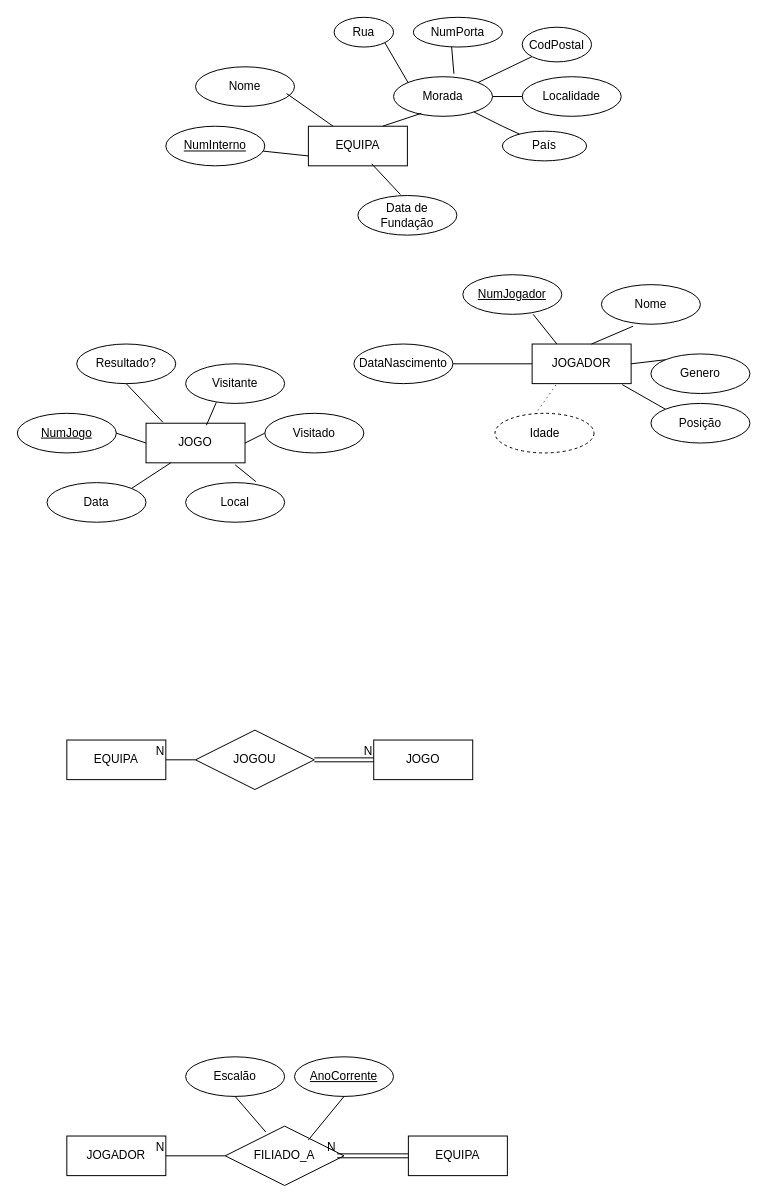
Above: Diagrama sem nome.drawio in inescampos25/diagramaescolar (draw.io), before the change. Source tidied: cells renumbered, new cells numbered last; positions are measured from the earlier drawing's top-left corner, leaving out a move shared by most shapes. Both pictures are drawn from the tidied source at 99%, with x=0, y=0 at pixel (17, 17).
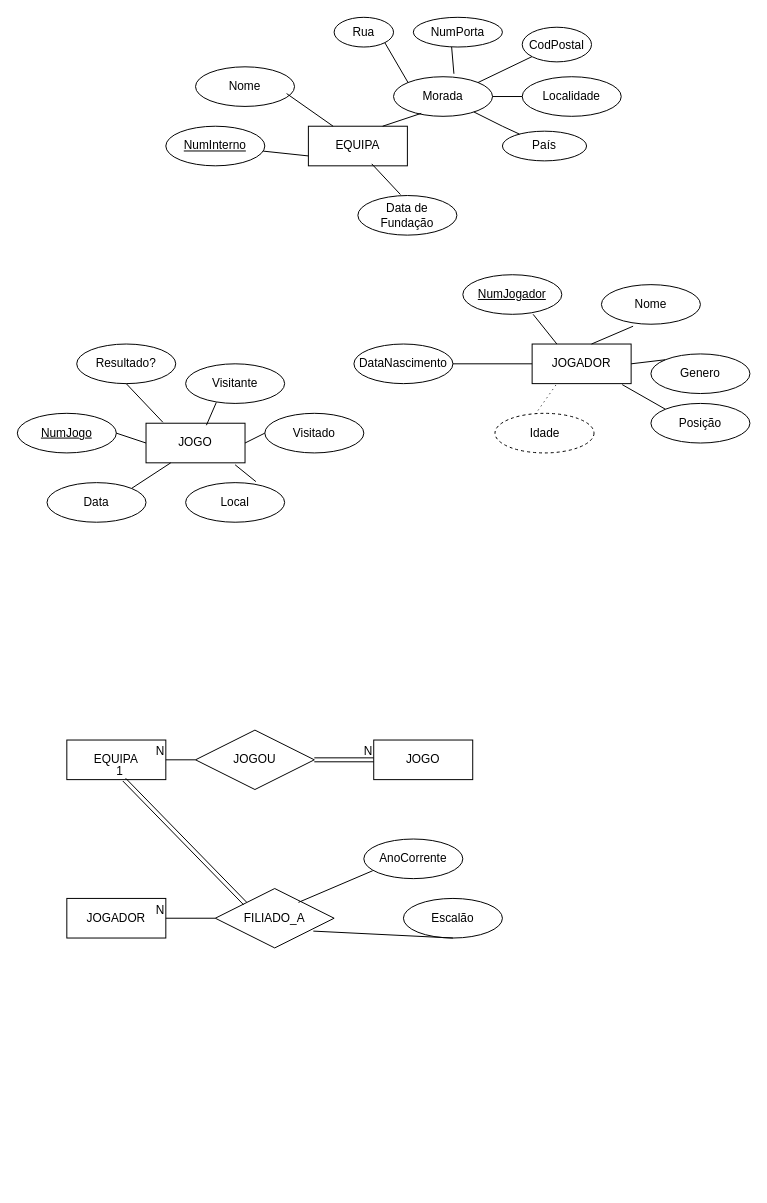
The same page after the edit.

The change refers to these unchanged cells:
```xml
<mxCell id="49" value="EQUIPA" style="whiteSpace=wrap;html=1;align=center;" parent="1" vertex="1">
  <mxGeometry x="50" y="730" width="100" height="40" as="geometry" />
</mxCell>
```

Diff of the diagram source:
```diff
@@
     <mxCell id="51" value="FILIADO_A" style="shape=rhombus;perimeter=rhombusPerimeter;whiteSpace=wrap;html=1;align=center;" parent="1" vertex="1">
-      <mxGeometry x="210" y="1120" width="120" height="60" as="geometry" />
+      <mxGeometry x="200" y="880" width="120" height="60" as="geometry" />
     </mxCell>
     <mxCell id="52" value="JOGADOR" style="whiteSpace=wrap;html=1;align=center;" parent="1" vertex="1">
-      <mxGeometry x="50" y="1130" width="100" height="40" as="geometry" />
+      <mxGeometry x="50" y="890" width="100" height="40" as="geometry" />
     </mxCell>
-    <mxCell id="53" value="EQUIPA" style="whiteSpace=wrap;html=1;align=center;" parent="1" vertex="1">
-      <mxGeometry x="395" y="1130" width="100" height="40" as="geometry" />
-    </mxCell>
-    <mxCell id="54" style="shape=link;html=1;rounded=0;entryX=0.942;entryY=0.5;entryDx=0;entryDy=0;exitX=0;exitY=0.5;exitDx=0;exitDy=0;entryPerimeter=0;" parent="1" edge="1" source="53" target="51">
-      <mxGeometry relative="1" as="geometry" />
-    </mxCell>
-    <mxCell id="55" value="N" style="html=1;whiteSpace=wrap;align=right;verticalAlign=bottom;" parent="54" vertex="1">
-      <mxGeometry x="1" relative="1" as="geometry" />
-    </mxCell>
     <mxCell id="56" value="Escalão" style="ellipse;whiteSpace=wrap;html=1;align=center;" parent="1" vertex="1">
-      <mxGeometry x="170" y="1050" width="100" height="40" as="geometry" />
+      <mxGeometry x="390" y="890" width="100" height="40" as="geometry" />
     </mxCell>
-    <mxCell id="57" style="endArrow=none;html=1;rounded=0;exitX=0.5;exitY=1;exitDx=0;exitDy=0;entryX=0.342;entryY=0.1;entryDx=0;entryDy=0;entryPerimeter=0;" parent="1" edge="1" source="56" target="51">
+    <mxCell id="57" style="endArrow=none;html=1;rounded=0;exitX=0.5;exitY=1;exitDx=0;exitDy=0;entryX=0.825;entryY=0.717;entryDx=0;entryDy=0;entryPerimeter=0;" parent="1" edge="1" source="56" target="51">
       <mxGeometry relative="1" as="geometry" />
     </mxCell>
-    <mxCell id="58" value="AnoCorrente" style="ellipse;whiteSpace=wrap;html=1;align=center;fontStyle=4;" parent="1" vertex="1">
-      <mxGeometry x="280" y="1050" width="100" height="40" as="geometry" />
-    </mxCell>
-    <mxCell id="59" style="endArrow=none;html=1;rounded=0;entryX=0.5;entryY=1;entryDx=0;entryDy=0;exitX=0.7;exitY=0.233;exitDx=0;exitDy=0;exitPerimeter=0;" parent="1" edge="1" source="51" target="58">
+    <mxCell id="59" style="endArrow=none;html=1;rounded=0;exitX=0.7;exitY=0.233;exitDx=0;exitDy=0;exitPerimeter=0;entryX=0.09;entryY=0.8;entryDx=0;entryDy=0;entryPerimeter=0;" parent="1" edge="1" source="51" target="58">
       <mxGeometry relative="1" as="geometry" />
     </mxCell>
@@
+    <mxCell id="66" style="shape=link;html=1;rounded=0;entryX=0.58;entryY=1;entryDx=0;entryDy=0;entryPerimeter=0;exitX=0;exitY=0;exitDx=0;exitDy=0;" parent="1" edge="1" source="51" target="49">
+      <mxGeometry relative="1" as="geometry" />
+    </mxCell>
+    <mxCell id="67" value="1" style="html=1;whiteSpace=wrap;align=right;verticalAlign=bottom;" parent="66" vertex="1">
+      <mxGeometry x="1" relative="1" as="geometry" />
+    </mxCell>
+    <mxCell id="58" value="AnoCorrente" style="ellipse;whiteSpace=wrap;html=1;align=center;" parent="1" vertex="1">
+      <mxGeometry x="350" y="830" width="100" height="40" as="geometry" />
+    </mxCell>
```
